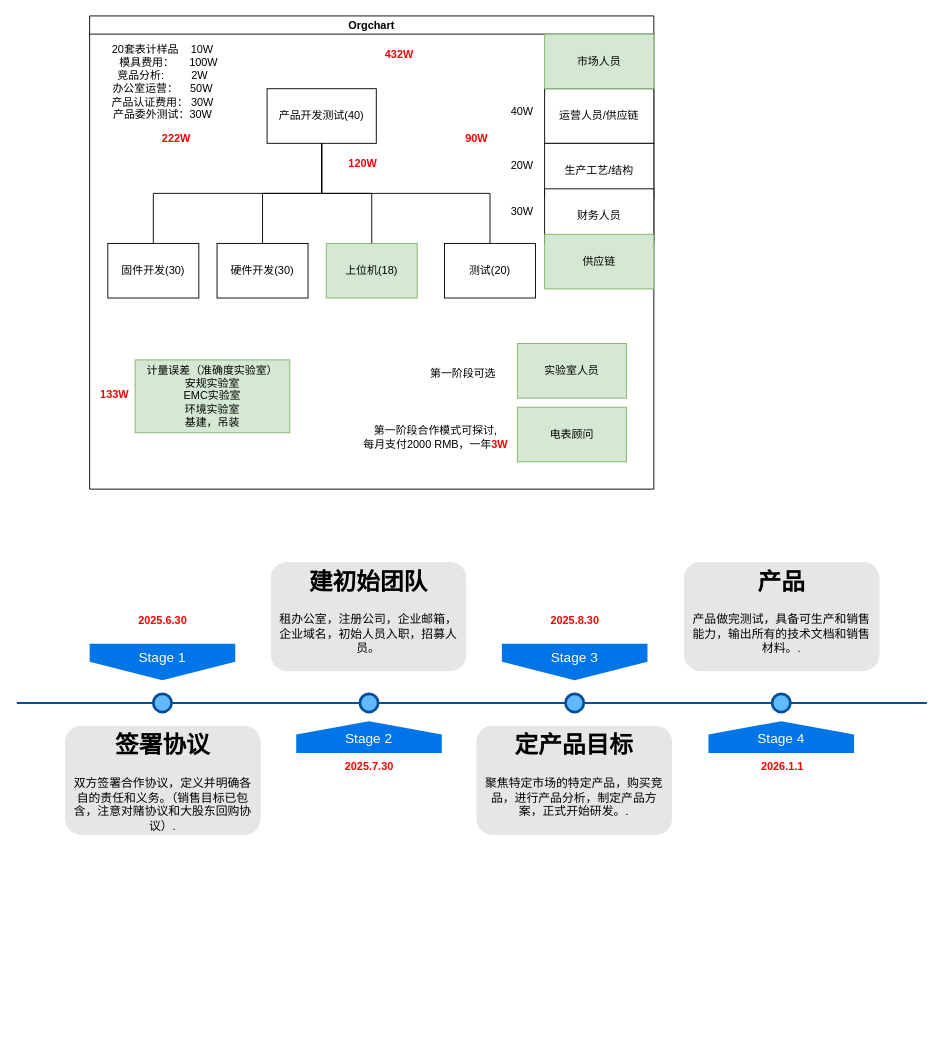
q30china/draw keeps this draw.io diagram as business/team-members-organization.drawio. Above is the earlier version. Source tidied: cells renumbered, new cells numbered last; positions are measured from the earlier drawing's top-left corner, leaving out a move shared by most shapes. Both pictures are drawn from the tidied source at 91%, with x=0, y=0 at pixel (16, 15).
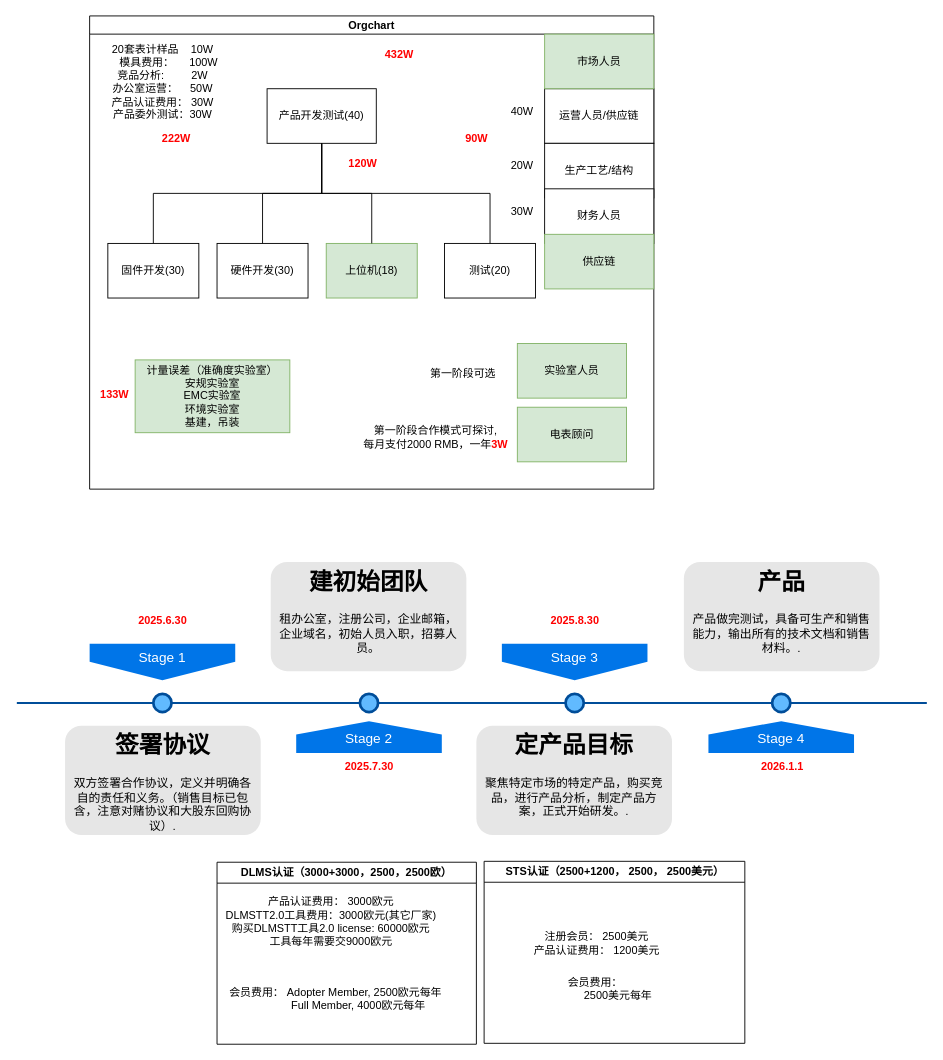
The same page after the edit.

The edit, as a diff of the source:
```diff
@@
+    <mxCell id="52" value="DLMS认证（3000+3000，2500，2500欧）" style="swimlane;whiteSpace=wrap;html=1;" parent="1" vertex="1">
+      <mxGeometry x="220" y="930" width="285" height="200" as="geometry" />
+    </mxCell>
+    <mxCell id="53" value="产品认证费用： 3000欧元&lt;div&gt;DLMSTT2.0工具费用：3000欧元(其它厂家)&lt;/div&gt;&lt;div&gt;购买DLMSTT工具2.0 license: 60000欧元&lt;/div&gt;&lt;div&gt;工具每年需要交9000欧元&lt;/div&gt;&lt;div&gt;&lt;br&gt;&lt;/div&gt;&lt;div&gt;&lt;br&gt;&lt;/div&gt;" style="text;html=1;align=center;verticalAlign=middle;strokeColor=none;fillColor=none;" parent="52" vertex="1">
+      <mxGeometry y="30" width="250" height="100" as="geometry" />
+    </mxCell>
+    <mxCell id="54" value="会员费用： Adopter Member, 2500欧元每年&lt;div&gt;&amp;nbsp; &amp;nbsp; &amp;nbsp; &amp;nbsp; &amp;nbsp; &amp;nbsp; &amp;nbsp; &amp;nbsp;Full Member, 4000欧元每年&lt;/div&gt;" style="text;html=1;align=center;verticalAlign=middle;strokeColor=none;fillColor=none;" parent="52" vertex="1">
+      <mxGeometry y="130" width="260" height="40" as="geometry" />
+    </mxCell>
+    <mxCell id="55" value="STS认证（2500+1200， 2500， 2500美元）" style="swimlane;whiteSpace=wrap;html=1;" parent="1" vertex="1">
+      <mxGeometry x="513.5" y="929" width="286.5" height="200" as="geometry" />
+    </mxCell>
+    <mxCell id="56" value="&lt;div&gt;&lt;br&gt;&lt;/div&gt;&lt;div&gt;注册会员： 2500美元&lt;/div&gt;产品认证费用： 1200美元&lt;div&gt;&lt;br&gt;&lt;/div&gt;" style="text;html=1;align=center;verticalAlign=middle;strokeColor=none;fillColor=none;" parent="55" vertex="1">
+      <mxGeometry x="43" y="55" width="160" height="70" as="geometry" />
+    </mxCell>
+    <mxCell id="57" value="会员费用：&amp;nbsp;&lt;div&gt;&amp;nbsp; &amp;nbsp; &amp;nbsp; &amp;nbsp; &amp;nbsp; &amp;nbsp; &amp;nbsp; 2500美元每年&lt;/div&gt;" style="text;html=1;align=center;verticalAlign=middle;strokeColor=none;fillColor=none;" parent="55" vertex="1">
+      <mxGeometry x="53" y="120" width="140" height="40" as="geometry" />
+    </mxCell>
```
